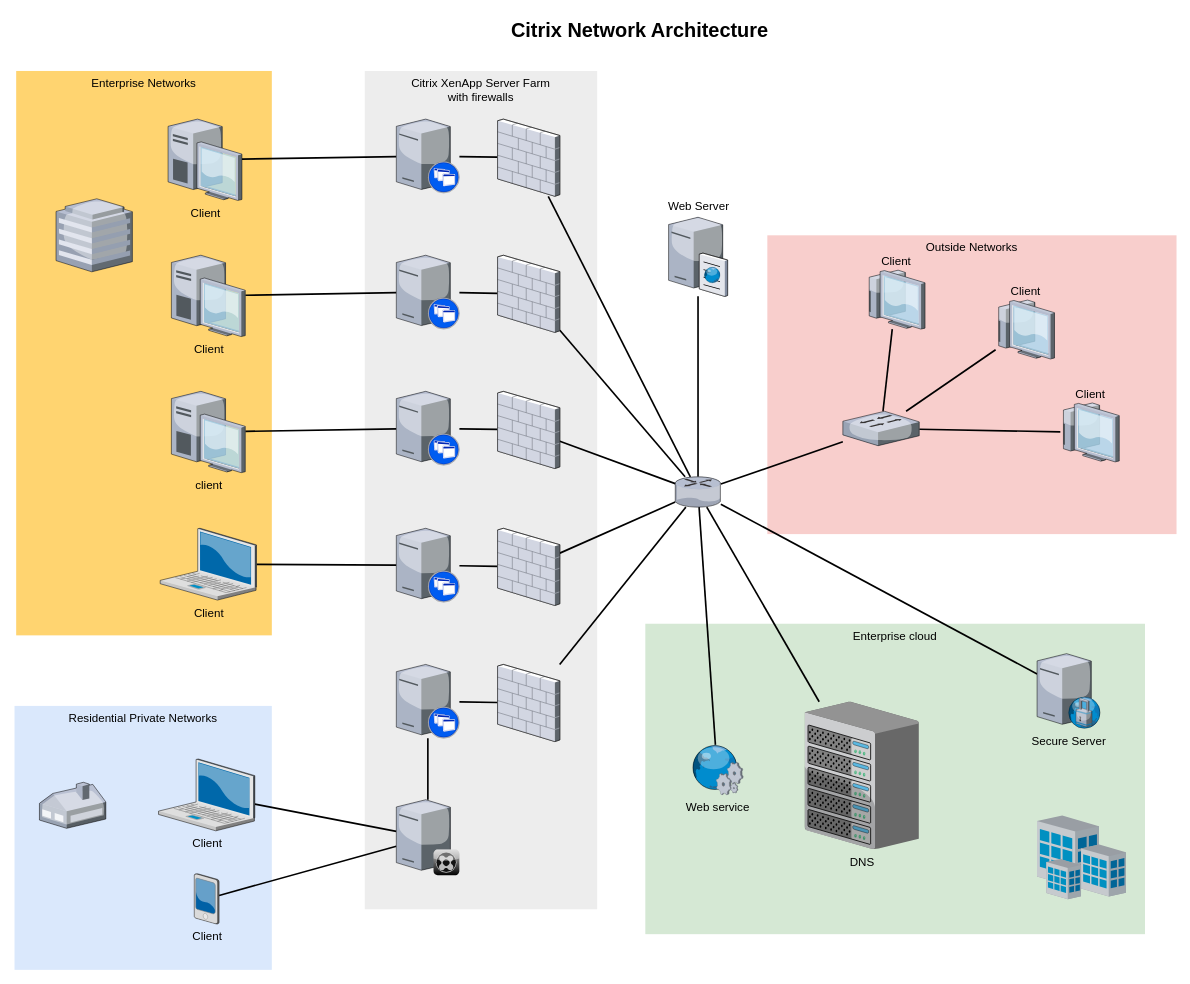
Earlier version of the draw.io diagram Untitled Diagram.drawio (andylovecloud/Diagrams). Source tidied: cells renumbered, new cells numbered last; positions are measured from the earlier drawing's top-left corner, leaving out a move shared by most shapes. Both pictures are drawn from the tidied source at 83%, with x=0, y=0 at pixel (14, 14).
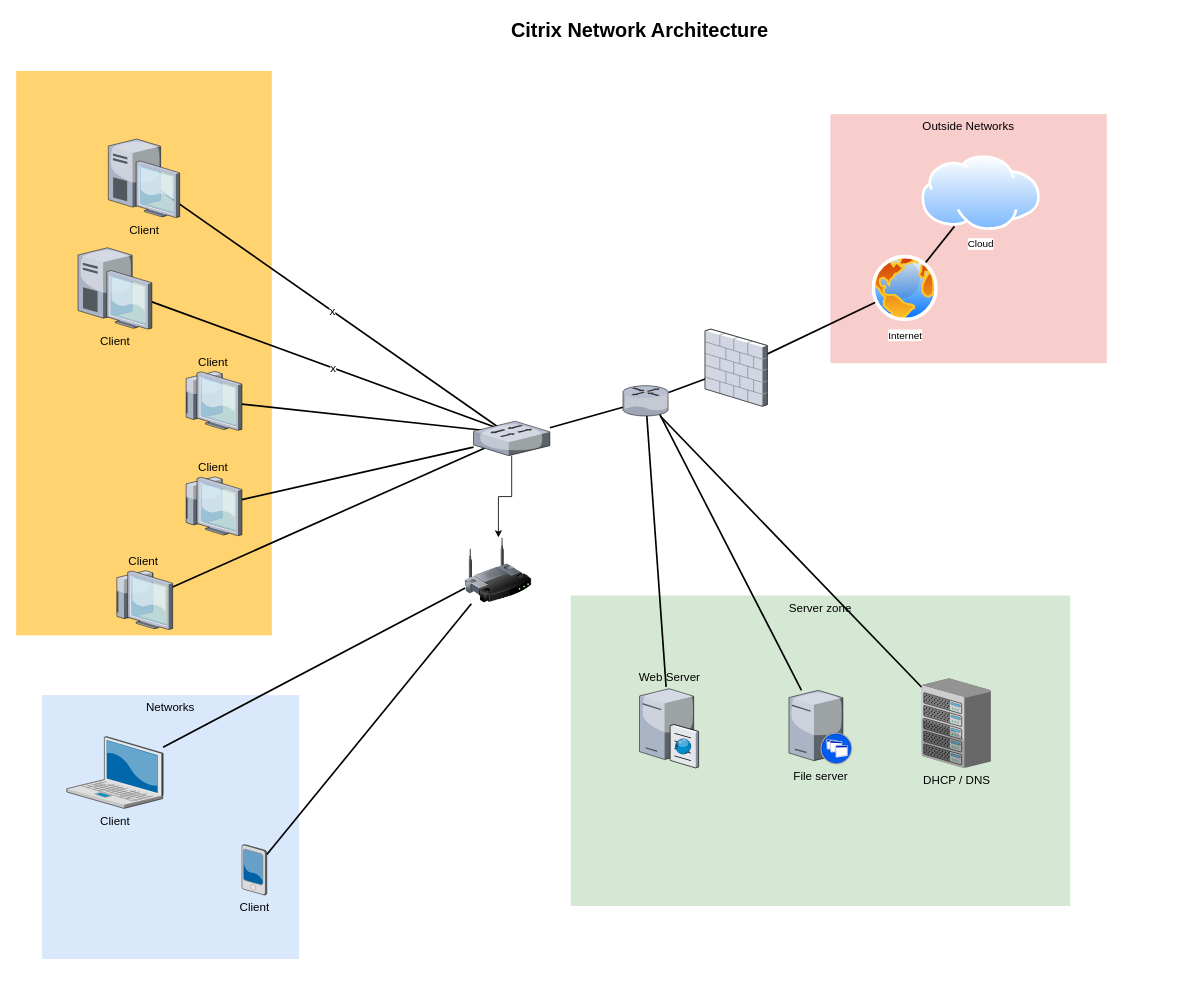
After the change.

Change to the diagram source:
```diff
@@
     <mxCell id="2" value="Outside Networks" style="whiteSpace=wrap;html=1;fillColor=#f8cecc;fontSize=14;strokeColor=none;verticalAlign=top;" parent="1" vertex="1">
-      <mxGeometry x="907" y="266" width="493" height="360" as="geometry" />
+      <mxGeometry x="983" y="120" width="333" height="300" as="geometry" />
     </mxCell>
-    <mxCell id="3" value="Enterprise cloud" style="whiteSpace=wrap;html=1;fillColor=#d5e8d4;fontSize=14;strokeColor=none;verticalAlign=top;" parent="1" vertex="1">
-      <mxGeometry x="760" y="734" width="602" height="374" as="geometry" />
+    <mxCell id="3" value="Server zone" style="whiteSpace=wrap;html=1;fillColor=#d5e8d4;fontSize=14;strokeColor=none;verticalAlign=top;" parent="1" vertex="1">
+      <mxGeometry x="670" y="700" width="602" height="374" as="geometry" />
     </mxCell>
-    <mxCell id="4" value="Citrix XenApp Server Farm&lt;div&gt;with firewalls&lt;/div&gt;" style="whiteSpace=wrap;html=1;fillColor=#EDEDED;fontSize=14;strokeColor=none;verticalAlign=top;" parent="1" vertex="1">
-      <mxGeometry x="422" y="68" width="280" height="1010" as="geometry" />
-    </mxCell>
-    <mxCell id="5" value="Residential Private Networks" style="whiteSpace=wrap;html=1;fillColor=#dae8fc;fontSize=14;strokeColor=none;verticalAlign=top;" parent="1" vertex="1">
-      <mxGeometry y="833" width="310" height="318" as="geometry" />
+    <mxCell id="5" value="Networks" style="whiteSpace=wrap;html=1;fillColor=#dae8fc;fontSize=14;strokeColor=none;verticalAlign=top;" parent="1" vertex="1">
+      <mxGeometry x="33" y="820" width="310" height="318" as="geometry" />
     </mxCell>
-    <mxCell id="6" value="Enterprise Networks" style="whiteSpace=wrap;html=1;fillColor=#FFD470;gradientColor=none;fontSize=14;strokeColor=none;verticalAlign=top;" parent="1" vertex="1">
+    <mxCell id="6" style="whiteSpace=wrap;html=1;fillColor=#FFD470;gradientColor=none;fontSize=14;strokeColor=none;verticalAlign=top;" parent="1" vertex="1">
       <mxGeometry x="2" y="68" width="308" height="680" as="geometry" />
     </mxCell>
-    <mxCell id="7" style="edgeStyle=none;rounded=0;html=1;startSize=10;endSize=10;jettySize=auto;fontSize=14;endArrow=none;endFill=0;strokeWidth=2;" parent="1" edge="1" source="8" target="35">
+    <mxCell id="7" style="edgeStyle=none;rounded=0;html=1;startSize=10;endSize=10;jettySize=auto;fontSize=14;endArrow=none;endFill=0;strokeWidth=2;" parent="1" edge="1" source="8" target="63">
       <mxGeometry relative="1" as="geometry" />
     </mxCell>
     <mxCell id="8" value="Client" style="verticalLabelPosition=bottom;html=1;verticalAlign=top;strokeColor=none;shape=mxgraph.citrix.laptop_2;fillColor=#66B2FF;gradientColor=#0066CC;fontSize=14;" parent="1" vertex="1">
-      <mxGeometry x="173.5" y="897" width="116" height="86.5" as="geometry" />
+      <mxGeometry x="63" y="870" width="116" height="86.5" as="geometry" />
     </mxCell>
-    <mxCell id="9" style="edgeStyle=none;rounded=0;html=1;startSize=10;endSize=10;jettySize=auto;fontSize=14;endArrow=none;endFill=0;strokeWidth=2;" parent="1" edge="1" source="10" target="22">
-      <mxGeometry relative="1" as="geometry" />
-    </mxCell>
-    <mxCell id="10" value="Client" style="verticalLabelPosition=bottom;html=1;verticalAlign=top;strokeColor=none;shape=mxgraph.citrix.laptop_2;fillColor=#66B2FF;gradientColor=#0066CC;fontSize=14;" parent="1" vertex="1">
-      <mxGeometry x="175.5" y="619" width="116" height="86.5" as="geometry" />
-    </mxCell>
-    <mxCell id="11" style="edgeStyle=none;rounded=0;html=1;startSize=10;endSize=10;jettySize=auto;fontSize=14;endArrow=none;endFill=0;strokeWidth=2;" parent="1" edge="1" source="12" target="24">
-      <mxGeometry relative="1" as="geometry" />
-    </mxCell>
-    <mxCell id="12" value="client" style="verticalLabelPosition=bottom;html=1;verticalAlign=top;strokeColor=none;shape=mxgraph.citrix.desktop;fillColor=#66B2FF;gradientColor=#0066CC;fontSize=14;" parent="1" vertex="1">
-      <mxGeometry x="189" y="454" width="89" height="98" as="geometry" />
-    </mxCell>
-    <mxCell id="13" style="edgeStyle=none;rounded=0;html=1;startSize=10;endSize=10;jettySize=auto;fontSize=14;endArrow=none;endFill=0;strokeWidth=2;" parent="1" edge="1" source="14" target="26">
+    <mxCell id="13" value="x" style="edgeStyle=none;rounded=0;html=1;startSize=10;endSize=10;jettySize=auto;fontSize=14;endArrow=none;endFill=0;strokeWidth=2;entryX=0.547;entryY=0.386;entryDx=0;entryDy=0;entryPerimeter=0;" parent="1" edge="1" source="14" target="54">
       <mxGeometry relative="1" as="geometry" />
     </mxCell>
     <mxCell id="14" value="Client" style="verticalLabelPosition=bottom;html=1;verticalAlign=top;strokeColor=none;shape=mxgraph.citrix.desktop;fillColor=#66B2FF;gradientColor=#0066CC;fontSize=14;" parent="1" vertex="1">
-      <mxGeometry x="189" y="290" width="89" height="98" as="geometry" />
+      <mxGeometry x="76.5" y="281" width="89" height="98" as="geometry" />
     </mxCell>
-    <mxCell id="15" style="edgeStyle=none;rounded=0;html=1;startSize=10;endSize=10;jettySize=auto;fontSize=14;endArrow=none;endFill=0;strokeWidth=2;" parent="1" edge="1" source="16" target="28">
-      <mxGeometry relative="1" as="geometry" />
-    </mxCell>
-    <mxCell id="16" value="Client" style="verticalLabelPosition=bottom;html=1;verticalAlign=top;strokeColor=none;shape=mxgraph.citrix.desktop;fillColor=#66B2FF;gradientColor=#0066CC;fontSize=14;" parent="1" vertex="1">
-      <mxGeometry x="185" y="126" width="89" height="98" as="geometry" />
-    </mxCell>
-    <mxCell id="17" style="edgeStyle=none;rounded=0;html=1;startSize=10;endSize=10;jettySize=auto;fontSize=14;endArrow=none;endFill=0;strokeWidth=2;" parent="1" edge="1" source="18" target="35">
+    <mxCell id="17" style="edgeStyle=none;rounded=0;html=1;startSize=10;endSize=10;jettySize=auto;fontSize=14;endArrow=none;endFill=0;strokeWidth=2;" parent="1" edge="1" source="18" target="63">
       <mxGeometry relative="1" as="geometry" />
     </mxCell>
     <mxCell id="18" value="Client" style="verticalLabelPosition=bottom;html=1;verticalAlign=top;strokeColor=none;shape=mxgraph.citrix.pda;fillColor=#66B2FF;gradientColor=#0066CC;fontSize=14;" parent="1" vertex="1">
-      <mxGeometry x="216.5" y="1035" width="30" height="61" as="geometry" />
+      <mxGeometry x="274" y="1000" width="30" height="61" as="geometry" />
     </mxCell>
-    <mxCell id="19" style="edgeStyle=none;rounded=0;html=1;startSize=10;endSize=10;jettySize=auto;fontSize=14;endArrow=none;endFill=0;strokeWidth=2;" parent="1" edge="1" source="20" target="47">
+    <mxCell id="19" style="edgeStyle=none;rounded=0;html=1;startSize=10;endSize=10;jettySize=auto;fontSize=14;endArrow=none;endFill=0;strokeWidth=2;entryX=0.6;entryY=0.338;entryDx=0;entryDy=0;entryPerimeter=0;" parent="1" edge="1" source="20" target="33">
       <mxGeometry relative="1" as="geometry" />
     </mxCell>
-    <mxCell id="20" style="verticalLabelPosition=bottom;html=1;verticalAlign=top;strokeColor=none;shape=mxgraph.citrix.xenapp_server;fillColor=#66B2FF;gradientColor=#0066CC;fontSize=14;" parent="1" vertex="1">
-      <mxGeometry x="460" y="783" width="76" height="89" as="geometry" />
+    <mxCell id="20" value="File server" style="verticalLabelPosition=bottom;html=1;verticalAlign=top;strokeColor=none;shape=mxgraph.citrix.xenapp_server;fillColor=#66B2FF;gradientColor=#0066CC;fontSize=14;" parent="1" vertex="1">
+      <mxGeometry x="933" y="814.2" width="76" height="89" as="geometry" />
     </mxCell>
-    <mxCell id="21" style="edgeStyle=none;rounded=0;html=1;startSize=10;endSize=10;jettySize=auto;fontSize=14;endArrow=none;endFill=0;strokeWidth=2;" parent="1" edge="1" source="22" target="45">
-      <mxGeometry relative="1" as="geometry" />
-    </mxCell>
-    <mxCell id="22" style="verticalLabelPosition=bottom;html=1;verticalAlign=top;strokeColor=none;shape=mxgraph.citrix.xenapp_server;fillColor=#66B2FF;gradientColor=#0066CC;fontSize=14;" parent="1" vertex="1">
-      <mxGeometry x="460" y="619" width="76" height="89" as="geometry" />
-    </mxCell>
-    <mxCell id="23" style="edgeStyle=none;rounded=0;html=1;startSize=10;endSize=10;jettySize=auto;fontSize=14;endArrow=none;endFill=0;strokeWidth=2;" parent="1" edge="1" source="24" target="43">
-      <mxGeometry relative="1" as="geometry" />
-    </mxCell>
-    <mxCell id="24" style="verticalLabelPosition=bottom;html=1;verticalAlign=top;strokeColor=none;shape=mxgraph.citrix.xenapp_server;fillColor=#66B2FF;gradientColor=#0066CC;fontSize=14;" parent="1" vertex="1">
-      <mxGeometry x="460" y="454" width="76" height="89" as="geometry" />
-    </mxCell>
-    <mxCell id="25" style="edgeStyle=none;rounded=0;html=1;startSize=10;endSize=10;jettySize=auto;fontSize=14;endArrow=none;endFill=0;strokeWidth=2;" parent="1" edge="1" source="26" target="41">
-      <mxGeometry relative="1" as="geometry" />
-    </mxCell>
-    <mxCell id="26" style="verticalLabelPosition=bottom;html=1;verticalAlign=top;strokeColor=none;shape=mxgraph.citrix.xenapp_server;fillColor=#66B2FF;gradientColor=#0066CC;fontSize=14;" parent="1" vertex="1">
-      <mxGeometry x="460" y="290" width="76" height="89" as="geometry" />
-    </mxCell>
-    <mxCell id="27" style="edgeStyle=none;rounded=0;html=1;startSize=10;endSize=10;jettySize=auto;fontSize=14;endArrow=none;endFill=0;strokeWidth=2;" parent="1" edge="1" source="28" target="39">
-      <mxGeometry relative="1" as="geometry" />
-    </mxCell>
-    <mxCell id="28" style="verticalLabelPosition=bottom;html=1;verticalAlign=top;strokeColor=none;shape=mxgraph.citrix.xenapp_server;fillColor=#66B2FF;gradientColor=#0066CC;fontSize=14;" parent="1" vertex="1">
-      <mxGeometry x="460" y="126" width="76" height="89" as="geometry" />
-    </mxCell>
@@
-    <mxCell id="32" style="edgeStyle=none;rounded=0;html=1;startSize=10;endSize=10;jettySize=auto;fontSize=14;endArrow=none;endFill=0;strokeWidth=2;" parent="1" edge="1" source="33" target="50">
-      <mxGeometry relative="1" as="geometry" />
-    </mxCell>
     <mxCell id="33" style="verticalLabelPosition=bottom;html=1;verticalAlign=top;strokeColor=none;shape=mxgraph.citrix.router;fillColor=#66B2FF;gradientColor=#0066CC;fontSize=14;" parent="1" vertex="1">
-      <mxGeometry x="796" y="557" width="55" height="36.5" as="geometry" />
+      <mxGeometry x="733" y="447.2" width="55" height="36.5" as="geometry" />
     </mxCell>
-    <mxCell id="34" style="edgeStyle=none;rounded=0;html=1;startSize=10;endSize=10;jettySize=auto;fontSize=14;endArrow=none;endFill=0;strokeWidth=2;" parent="1" edge="1" source="35" target="20">
-      <mxGeometry relative="1" as="geometry" />
-    </mxCell>
-    <mxCell id="35" style="verticalLabelPosition=bottom;html=1;verticalAlign=top;strokeColor=none;shape=mxgraph.citrix.xenclient_synchronizer;fillColor=#CCCCCC;gradientColor=#000000;gradientDirection=south;fontSize=14;" parent="1" vertex="1">
-      <mxGeometry x="460" y="946" width="76" height="91" as="geometry" />
-    </mxCell>
     <mxCell id="36" value="Web Server" style="verticalLabelPosition=top;html=1;verticalAlign=bottom;strokeColor=none;shape=mxgraph.citrix.cache_server;fillColor=#66B2FF;gradientColor=#0066CC;fontSize=14;labelPosition=center;align=center;" parent="1" vertex="1">
-      <mxGeometry x="788" y="242" width="71" height="97.5" as="geometry" />
+      <mxGeometry x="753" y="810" width="71" height="97.5" as="geometry" />
     </mxCell>
-    <mxCell id="37" value="DNS" style="verticalLabelPosition=bottom;html=1;verticalAlign=top;strokeColor=none;shape=mxgraph.citrix.chassis;fillColor=#66B2FF;gradientColor=#0066CC;fontSize=14;" parent="1" vertex="1">
-      <mxGeometry x="952" y="828" width="137.5" height="177.5" as="geometry" />
+    <mxCell id="37" value="DHCP / DNS" style="verticalLabelPosition=bottom;html=1;verticalAlign=top;strokeColor=none;shape=mxgraph.citrix.chassis;fillColor=#66B2FF;gradientColor=#0066CC;fontSize=14;" parent="1" vertex="1">
+      <mxGeometry x="1093" y="800" width="83.3" height="107.5" as="geometry" />
     </mxCell>
-    <mxCell id="38" style="edgeStyle=none;rounded=0;html=1;startSize=10;endSize=10;jettySize=auto;fontSize=14;endArrow=none;endFill=0;strokeWidth=2;" parent="1" edge="1" source="39" target="33">
-      <mxGeometry relative="1" as="geometry" />
-    </mxCell>
-    <mxCell id="39" style="verticalLabelPosition=bottom;html=1;verticalAlign=top;strokeColor=none;shape=mxgraph.citrix.firewall;fillColor=#66B2FF;gradientColor=#0066CC;fontSize=14;" parent="1" vertex="1">
-      <mxGeometry x="582" y="126" width="75" height="93" as="geometry" />
-    </mxCell>
-    <mxCell id="40" style="edgeStyle=none;rounded=0;html=1;startSize=10;endSize=10;jettySize=auto;fontSize=14;endArrow=none;endFill=0;strokeWidth=2;" parent="1" edge="1" source="41" target="33">
-      <mxGeometry relative="1" as="geometry" />
-    </mxCell>
-    <mxCell id="41" style="verticalLabelPosition=bottom;html=1;verticalAlign=top;strokeColor=none;shape=mxgraph.citrix.firewall;fillColor=#66B2FF;gradientColor=#0066CC;fontSize=14;" parent="1" vertex="1">
-      <mxGeometry x="582" y="290" width="75" height="93" as="geometry" />
-    </mxCell>
-    <mxCell id="42" style="edgeStyle=none;rounded=0;html=1;startSize=10;endSize=10;jettySize=auto;fontSize=14;endArrow=none;endFill=0;strokeWidth=2;" parent="1" edge="1" source="43" target="33">
-      <mxGeometry relative="1" as="geometry" />
-    </mxCell>
-    <mxCell id="43" style="verticalLabelPosition=bottom;html=1;verticalAlign=top;strokeColor=none;shape=mxgraph.citrix.firewall;fillColor=#66B2FF;gradientColor=#0066CC;fontSize=14;" parent="1" vertex="1">
-      <mxGeometry x="582" y="454" width="75" height="93" as="geometry" />
-    </mxCell>
-    <mxCell id="44" style="edgeStyle=none;rounded=0;html=1;startSize=10;endSize=10;jettySize=auto;fontSize=14;endArrow=none;endFill=0;strokeWidth=2;" parent="1" edge="1" source="45" target="33">
-      <mxGeometry relative="1" as="geometry" />
-    </mxCell>
-    <mxCell id="45" style="verticalLabelPosition=bottom;html=1;verticalAlign=top;strokeColor=none;shape=mxgraph.citrix.firewall;fillColor=#66B2FF;gradientColor=#0066CC;fontSize=14;" parent="1" vertex="1">
-      <mxGeometry x="582" y="619" width="75" height="93" as="geometry" />
-    </mxCell>
@@
-    <mxCell id="47" style="verticalLabelPosition=bottom;html=1;verticalAlign=top;strokeColor=none;shape=mxgraph.citrix.firewall;fillColor=#66B2FF;gradientColor=#0066CC;fontSize=14;" parent="1" vertex="1">
-      <mxGeometry x="582" y="783" width="75" height="93" as="geometry" />
-    </mxCell>
-    <mxCell id="48" style="verticalLabelPosition=bottom;html=1;verticalAlign=top;strokeColor=none;shape=mxgraph.citrix.home_office;fillColor=#66B2FF;gradientColor=#0066CC;fontSize=14;" parent="1" vertex="1">
-      <mxGeometry x="30" y="925" width="80" height="55.5" as="geometry" />
-    </mxCell>
-    <mxCell id="49" style="verticalLabelPosition=bottom;html=1;verticalAlign=top;strokeColor=none;shape=mxgraph.citrix.hq_enterprise;fillColor=#66B2FF;gradientColor=#0066CC;fontSize=14;" parent="1" vertex="1">
-      <mxGeometry x="50" y="222" width="92" height="88" as="geometry" />
-    </mxCell>
-    <mxCell id="50" value="Secure Server" style="verticalLabelPosition=bottom;html=1;verticalAlign=top;strokeColor=none;shape=mxgraph.citrix.proxy_server;fillColor=#66B2FF;gradientColor=#0066CC;fontSize=14;" parent="1" vertex="1">
-      <mxGeometry x="1232" y="770" width="76.5" height="90" as="geometry" />
-    </mxCell>
-    <mxCell id="51" style="edgeStyle=none;rounded=0;html=1;startSize=10;endSize=10;jettySize=auto;fontSize=14;endArrow=none;endFill=0;strokeWidth=2;" parent="1" edge="1" source="54" target="57">
+    <mxCell id="51" style="edgeStyle=none;rounded=0;html=1;startSize=10;endSize=10;jettySize=auto;fontSize=14;endArrow=none;endFill=0;strokeWidth=2;exitX=0.359;exitY=0.321;exitDx=0;exitDy=0;exitPerimeter=0;" parent="1" edge="1" source="54" target="57">
       <mxGeometry relative="1" as="geometry" />
     </mxCell>
@@
-    <mxCell id="53" style="edgeStyle=none;rounded=0;html=1;startSize=10;endSize=10;jettySize=auto;fontSize=14;endArrow=none;endFill=0;strokeWidth=2;" parent="1" edge="1" source="54" target="55">
+    <mxCell id="53" style="edgeStyle=none;rounded=0;html=1;startSize=10;endSize=10;jettySize=auto;fontSize=14;endArrow=none;endFill=0;strokeWidth=2;exitX=0.333;exitY=0.594;exitDx=0;exitDy=0;exitPerimeter=0;" parent="1" edge="1" source="54" target="55">
       <mxGeometry relative="1" as="geometry" />
     </mxCell>
-    <mxCell id="54" style="verticalLabelPosition=bottom;html=1;verticalAlign=top;strokeColor=none;shape=mxgraph.citrix.switch;fillColor=#66B2FF;gradientColor=#0066CC;fontSize=14;" parent="1" vertex="1">
-      <mxGeometry x="998" y="478" width="92" height="41.5" as="geometry" />
-    </mxCell>
+    <mxCell id="62" style="edgeStyle=orthogonalEdgeStyle;rounded=0;jettySize=auto;html=1;" parent="1" edge="1" source="54" target="63">
+      <mxGeometry relative="1" as="geometry" />
+    </mxCell>
     <mxCell id="55" value="Client" style="verticalLabelPosition=top;html=1;verticalAlign=bottom;strokeColor=none;shape=mxgraph.citrix.thin_client;fillColor=#66B2FF;gradientColor=#0066CC;fontSize=14;labelPosition=center;align=center;" parent="1" vertex="1">
-      <mxGeometry x="1260" y="468" width="71" height="71" as="geometry" />
+      <mxGeometry x="119.5" y="670" width="71" height="71" as="geometry" />
     </mxCell>
     <mxCell id="56" value="Client" style="verticalLabelPosition=top;html=1;verticalAlign=bottom;strokeColor=none;shape=mxgraph.citrix.thin_client;fillColor=#66B2FF;gradientColor=#0066CC;fontSize=14;labelPosition=center;align=center;" parent="1" vertex="1">
-      <mxGeometry x="1182" y="344" width="71" height="71" as="geometry" />
+      <mxGeometry x="203" y="557" width="71" height="71" as="geometry" />
     </mxCell>
     <mxCell id="57" value="Client" style="verticalLabelPosition=top;html=1;verticalAlign=bottom;strokeColor=none;shape=mxgraph.citrix.thin_client;fillColor=#66B2FF;gradientColor=#0066CC;fontSize=14;labelPosition=center;align=center;" parent="1" vertex="1">
-      <mxGeometry x="1026" y="308" width="71" height="71" as="geometry" />
+      <mxGeometry x="203" y="430" width="71" height="71" as="geometry" />
     </mxCell>
-    <mxCell id="58" style="edgeStyle=none;rounded=0;html=1;startSize=10;endSize=10;jettySize=auto;fontSize=14;endArrow=none;endFill=0;strokeWidth=2;" parent="1" edge="1" source="59" target="33">
-      <mxGeometry relative="1" as="geometry" />
-    </mxCell>
-    <mxCell id="59" value="Web service" style="verticalLabelPosition=bottom;html=1;verticalAlign=top;strokeColor=none;shape=mxgraph.citrix.web_service;fillColor=#66B2FF;gradientColor=#0066CC;fontSize=14;" parent="1" vertex="1">
-      <mxGeometry x="815" y="880" width="63" height="60" as="geometry" />
-    </mxCell>
-    <mxCell id="60" style="verticalLabelPosition=bottom;html=1;verticalAlign=top;strokeColor=none;shape=mxgraph.citrix.site;fillColor=#66B2FF;gradientColor=#0066CC;fontSize=14;" parent="1" vertex="1">
-      <mxGeometry x="1232" y="965" width="107" height="101" as="geometry" />
-    </mxCell>
@@
+    <mxCell id="63" style="image;html=1;image=img/lib/clip_art/networking/Wireless_Router_128x128.png;" parent="1" vertex="1">
+      <mxGeometry x="543" y="630" width="80" height="80" as="geometry" />
+    </mxCell>
+    <mxCell id="64" value="x" style="edgeStyle=none;rounded=0;html=1;startSize=10;endSize=10;jettySize=auto;fontSize=14;endArrow=none;endFill=0;strokeWidth=2;exitX=0.723;exitY=0.653;exitDx=0;exitDy=0;exitPerimeter=0;entryX=0.42;entryY=0.321;entryDx=0;entryDy=0;entryPerimeter=0;" parent="1" edge="1" source="16" target="54">
+      <mxGeometry relative="1" as="geometry" />
+    </mxCell>
+    <mxCell id="16" value="Client" style="verticalLabelPosition=bottom;html=1;verticalAlign=top;strokeColor=none;shape=mxgraph.citrix.desktop;fillColor=#66B2FF;gradientColor=#0066CC;fontSize=14;" parent="1" vertex="1">
+      <mxGeometry x="113" y="150" width="86" height="94.7" as="geometry" />
+    </mxCell>
+    <mxCell id="65" value="Cloud" style="image;perimeter=ellipsePerimeter;html=1;align=center;shadow=0;dashed=0;spacingTop=3;image=img/lib/active_directory/internet_cloud.svg;" parent="1" vertex="1">
+      <mxGeometry x="1093" y="170" width="142.9" height="90" as="geometry" />
+    </mxCell>
+    <mxCell id="66" value="Internet" style="image;perimeter=ellipsePerimeter;html=1;align=center;shadow=0;dashed=0;spacingTop=3;image=img/lib/active_directory/internet_globe.svg;" parent="1" vertex="1">
+      <mxGeometry x="1033" y="290" width="80" height="80" as="geometry" />
+    </mxCell>
+    <mxCell id="54" style="verticalLabelPosition=bottom;html=1;verticalAlign=top;strokeColor=none;shape=mxgraph.citrix.switch;fillColor=#66B2FF;gradientColor=#0066CC;fontSize=14;" parent="1" vertex="1">
+      <mxGeometry x="553" y="490" width="92" height="41.5" as="geometry" />
+    </mxCell>
+    <mxCell id="67" style="edgeStyle=none;rounded=0;html=1;startSize=10;endSize=10;jettySize=auto;fontSize=14;endArrow=none;endFill=0;strokeWidth=2;entryX=0.413;entryY=0.548;entryDx=0;entryDy=0;entryPerimeter=0;" parent="1" edge="1" source="66" target="47">
+      <mxGeometry relative="1" as="geometry" />
+    </mxCell>
+    <mxCell id="68" style="edgeStyle=none;rounded=0;html=1;startSize=10;endSize=10;jettySize=auto;fontSize=14;endArrow=none;endFill=0;strokeWidth=2;" parent="1" edge="1" source="65" target="66">
+      <mxGeometry relative="1" as="geometry" />
+    </mxCell>
+    <mxCell id="47" style="verticalLabelPosition=bottom;html=1;verticalAlign=top;strokeColor=none;shape=mxgraph.citrix.firewall;fillColor=#66B2FF;gradientColor=#0066CC;fontSize=14;" parent="1" vertex="1">
+      <mxGeometry x="832" y="379" width="75" height="93" as="geometry" />
+    </mxCell>
```
